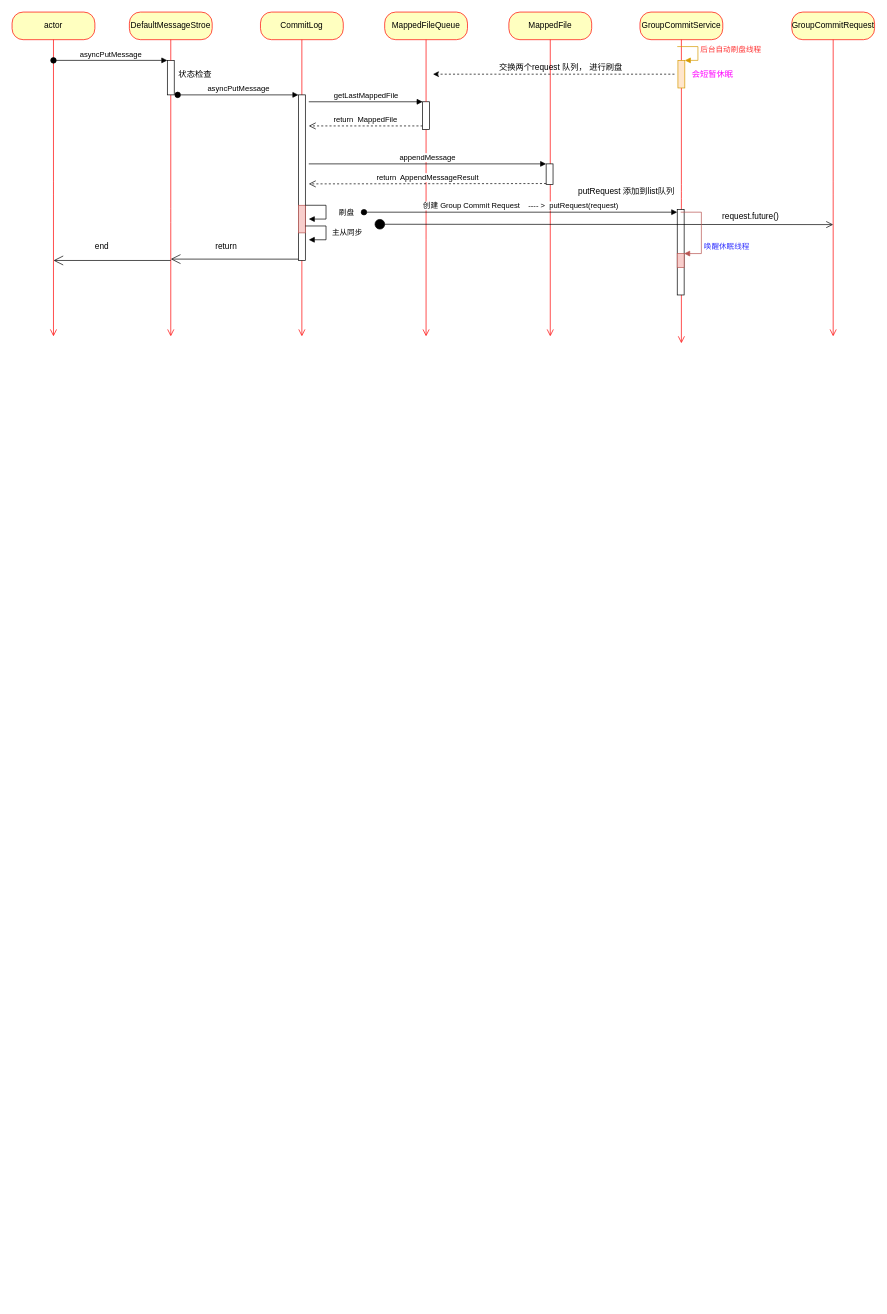
The draw.io diagram page "源码流程" (5 of 5) of 消息中间件(mq)实战.drawio in topyuluo/photo-project, before the edit. Source tidied: cells renumbered, new cells numbered last; positions are measured from the earlier drawing's top-left corner, leaving out a move shared by most shapes. Both pictures are drawn from the tidied source at 69%, with x=0, y=0 at pixel (12, 12).
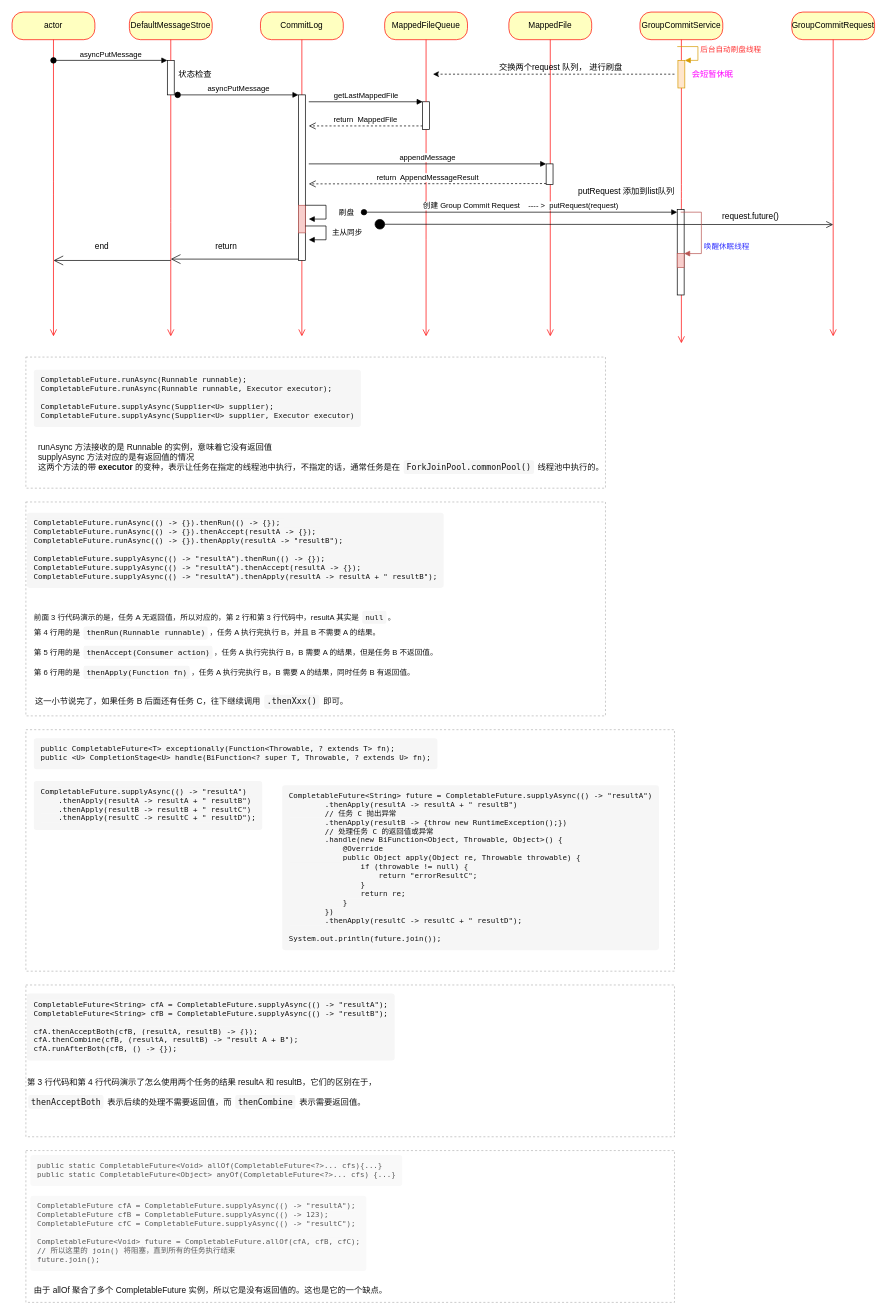
The same page after the edit.

Commit message:
更新消息中间件(mq)实战.drawio

The edit, as a diff of the source:
```diff
@@
+    <mxCell id="48" style="rounded=0;whiteSpace=wrap;html=1;align=left;dashed=1;opacity=30;" parent="1" vertex="1">
+      <mxGeometry x="20" y="1410" width="940" height="220" as="geometry" />
+    </mxCell>
+    <mxCell id="49" style="rounded=0;whiteSpace=wrap;html=1;align=left;dashed=1;opacity=30;" parent="1" vertex="1">
+      <mxGeometry x="20" y="710" width="840" height="310" as="geometry" />
+    </mxCell>
+    <mxCell id="50" style="rounded=0;whiteSpace=wrap;html=1;align=left;dashed=1;opacity=30;" parent="1" vertex="1">
+      <mxGeometry x="20" y="500" width="840" height="190" as="geometry" />
+    </mxCell>
@@
+    <mxCell id="51" value="&lt;pre style=&quot;margin-top: 0px ; margin-bottom: 0px ; padding: 0.88889em ; font-size: 0.9em ; word-break: normal ; overflow-wrap: normal ; overflow: auto ; background: rgb(246 , 246 , 246) ; border-radius: 4px ; color: rgb(18 , 18 , 18)&quot;&gt;&lt;code class=&quot;language-text&quot; style=&quot;margin: 0px ; padding: 0px ; border-radius: 0px ; font-family: &amp;quot;menlo&amp;quot; , &amp;quot;monaco&amp;quot; , &amp;quot;consolas&amp;quot; , &amp;quot;andale mono&amp;quot; , &amp;quot;lucida console&amp;quot; , &amp;quot;courier new&amp;quot; , monospace ; font-size: inherit ; background-color: inherit&quot;&gt;CompletableFuture.runAsync(Runnable runnable);&lt;br&gt;CompletableFuture.runAsync(Runnable runnable, Executor executor);&lt;br&gt;&lt;br&gt;CompletableFuture.supplyAsync(Supplier&amp;lt;U&amp;gt; supplier);&lt;br&gt;CompletableFuture.supplyAsync(Supplier&amp;lt;U&amp;gt; supplier, Executor executor)&lt;/code&gt;&lt;/pre&gt;" style="text;html=1;align=left;verticalAlign=middle;strokeColor=none;" parent="1" vertex="1">
+      <mxGeometry x="30" y="515" width="500" height="90" as="geometry" />
+    </mxCell>
+    <mxCell id="52" value="&lt;ul style=&quot;padding: 0px ; margin: 1.4em 0px ; display: table ; color: rgb(18 , 18 , 18) ; background-color: rgb(255 , 255 , 255)&quot;&gt;&lt;li style=&quot;list-style: none ; display: table-row&quot;&gt;runAsync 方法接收的是 Runnable 的实例，意味着它没有返回值&lt;/li&gt;&lt;li style=&quot;list-style: none ; display: table-row&quot;&gt;supplyAsync 方法对应的是有返回值的情况&lt;/li&gt;&lt;li style=&quot;list-style: none ; display: table-row&quot;&gt;这两个方法的带&amp;nbsp;&lt;span style=&quot;font-weight: 600&quot;&gt;executor&lt;/span&gt;&amp;nbsp;的变种，表示让任务在指定的线程池中执行，不指定的话，通常任务是在&amp;nbsp;&lt;code style=&quot;margin: 0px 2px ; padding: 3px 4px ; border-radius: 3px ; font-family: &amp;#34;menlo&amp;#34; , &amp;#34;monaco&amp;#34; , &amp;#34;consolas&amp;#34; , &amp;#34;andale mono&amp;#34; , &amp;#34;lucida console&amp;#34; , &amp;#34;courier new&amp;#34; , monospace ; background-color: rgb(246 , 246 , 246)&quot;&gt;ForkJoinPool.commonPool()&lt;/code&gt;&amp;nbsp;线程池中执行的。&lt;/li&gt;&lt;li style=&quot;list-style: none ; display: table-row&quot;&gt;&lt;/li&gt;&lt;/ul&gt;" style="text;html=1;align=left;verticalAlign=middle;strokeColor=none;dashed=1;dashPattern=1 1;" parent="1" vertex="1">
+      <mxGeometry x="36" y="605" width="820" height="80" as="geometry" />
+    </mxCell>
+    <mxCell id="53" value="&lt;pre style=&quot;margin-top: 0px ; margin-bottom: 0px ; padding: 0.88889em ; font-size: 0.9em ; word-break: normal ; overflow-wrap: normal ; overflow: auto ; background: rgb(246 , 246 , 246) ; border-radius: 4px ; color: rgb(18 , 18 , 18)&quot;&gt;&lt;code class=&quot;language-text&quot; style=&quot;margin: 0px ; padding: 0px ; border-radius: 0px ; font-family: &amp;quot;menlo&amp;quot; , &amp;quot;monaco&amp;quot; , &amp;quot;consolas&amp;quot; , &amp;quot;andale mono&amp;quot; , &amp;quot;lucida console&amp;quot; , &amp;quot;courier new&amp;quot; , monospace ; font-size: inherit ; background-color: inherit&quot;&gt;CompletableFuture.runAsync(() -&amp;gt; {}).thenRun(() -&amp;gt; {}); &lt;br&gt;CompletableFuture.runAsync(() -&amp;gt; {}).thenAccept(resultA -&amp;gt; {}); &lt;br&gt;CompletableFuture.runAsync(() -&amp;gt; {}).thenApply(resultA -&amp;gt; &quot;resultB&quot;);&lt;br&gt;&lt;br&gt;CompletableFuture.supplyAsync(() -&amp;gt; &quot;resultA&quot;).thenRun(() -&amp;gt; {});&lt;br&gt;CompletableFuture.supplyAsync(() -&amp;gt; &quot;resultA&quot;).thenAccept(resultA -&amp;gt; {});&lt;br&gt;CompletableFuture.supplyAsync(() -&amp;gt; &quot;resultA&quot;).thenApply(resultA -&amp;gt; resultA + &quot; resultB&quot;);&lt;/code&gt;&lt;/pre&gt;" style="text;html=1;align=left;verticalAlign=middle;strokeColor=none;" parent="1" vertex="1">
+      <mxGeometry x="20" y="720" width="630" height="120" as="geometry" />
+    </mxCell>
+    <mxCell id="54" value="&lt;p style=&quot;margin: 1.4em 0px ; color: rgb(18 , 18 , 18) ; background-color: rgb(255 , 255 , 255) ; font-size: 11px ; line-height: 0%&quot;&gt;&lt;font style=&quot;font-size: 11px&quot;&gt;前面 3 行代码演示的是，任务 A 无返回值，所以对应的，第 2 行和第 3 行代码中，resultA 其实是&amp;nbsp;&lt;code style=&quot;margin: 0px 2px ; padding: 3px 4px ; border-radius: 3px ; font-family: &amp;#34;menlo&amp;#34; , &amp;#34;monaco&amp;#34; , &amp;#34;consolas&amp;#34; , &amp;#34;andale mono&amp;#34; , &amp;#34;lucida console&amp;#34; , &amp;#34;courier new&amp;#34; , monospace ; background-color: rgb(246 , 246 , 246) ; font-size: 11px&quot;&gt;null&lt;/code&gt;。&lt;/font&gt;&lt;/p&gt;&lt;p style=&quot;margin: 1.4em 0px ; color: rgb(18 , 18 , 18) ; background-color: rgb(255 , 255 , 255) ; font-size: 11px&quot;&gt;第 4 行用的是&amp;nbsp;&lt;code style=&quot;margin: 0px 2px ; padding: 3px 4px ; border-radius: 3px ; font-family: &amp;#34;menlo&amp;#34; , &amp;#34;monaco&amp;#34; , &amp;#34;consolas&amp;#34; , &amp;#34;andale mono&amp;#34; , &amp;#34;lucida console&amp;#34; , &amp;#34;courier new&amp;#34; , monospace ; background-color: rgb(246 , 246 , 246)&quot;&gt;thenRun(Runnable runnable)&lt;/code&gt;，任务 A 执行完执行 B，并且 B 不需要 A 的结果。&lt;/p&gt;&lt;p style=&quot;margin: 1.4em 0px ; color: rgb(18 , 18 , 18) ; background-color: rgb(255 , 255 , 255) ; font-size: 11px&quot;&gt;&lt;font style=&quot;font-size: 11px&quot;&gt;第 5 行用的是&amp;nbsp;&lt;code style=&quot;margin: 0px 2px ; padding: 3px 4px ; border-radius: 3px ; font-family: &amp;#34;menlo&amp;#34; , &amp;#34;monaco&amp;#34; , &amp;#34;consolas&amp;#34; , &amp;#34;andale mono&amp;#34; , &amp;#34;lucida console&amp;#34; , &amp;#34;courier new&amp;#34; , monospace ; background-color: rgb(246 , 246 , 246) ; font-size: 11px&quot;&gt;thenAccept(Consumer action)&lt;/code&gt;，任务 A 执行完执行 B，B 需要 A 的结果，但是任务 B 不返回值。&lt;/font&gt;&lt;/p&gt;&lt;p style=&quot;margin: 1.4em 0px ; color: rgb(18 , 18 , 18) ; background-color: rgb(255 , 255 , 255) ; font-size: 11px&quot;&gt;&lt;font style=&quot;font-size: 11px&quot;&gt;第 6 行用的是&amp;nbsp;&lt;code style=&quot;margin: 0px 2px ; padding: 3px 4px ; border-radius: 3px ; font-family: &amp;#34;menlo&amp;#34; , &amp;#34;monaco&amp;#34; , &amp;#34;consolas&amp;#34; , &amp;#34;andale mono&amp;#34; , &amp;#34;lucida console&amp;#34; , &amp;#34;courier new&amp;#34; , monospace ; background-color: rgb(246 , 246 , 246) ; font-size: 11px&quot;&gt;thenApply(Function fn)&lt;/code&gt;，任务 A 执行完执行 B，B 需要 A 的结果，同时任务 B 有返回值。&lt;/font&gt;&lt;/p&gt;" style="text;html=1;align=left;verticalAlign=middle;strokeColor=none;" parent="1" vertex="1">
+      <mxGeometry x="30" y="860" width="640" height="120" as="geometry" />
+    </mxCell>
+    <mxCell id="55" value="&lt;font style=&quot;font-size: 12px&quot;&gt;&lt;span style=&quot;color: rgb(18 , 18 , 18) ; background-color: rgb(255 , 255 , 255)&quot;&gt;这一小节说完了，如果任务 B 后面还有任务 C，往下继续调用&amp;nbsp;&lt;/span&gt;&lt;code style=&quot;margin: 0px 2px ; padding: 3px 4px ; border-radius: 3px ; font-family: &amp;#34;menlo&amp;#34; , &amp;#34;monaco&amp;#34; , &amp;#34;consolas&amp;#34; , &amp;#34;andale mono&amp;#34; , &amp;#34;lucida console&amp;#34; , &amp;#34;courier new&amp;#34; , monospace ; background-color: rgb(246 , 246 , 246) ; color: rgb(18 , 18 , 18)&quot;&gt;.thenXxx()&lt;/code&gt;&lt;span style=&quot;color: rgb(18 , 18 , 18) ; background-color: rgb(255 , 255 , 255)&quot;&gt;&amp;nbsp;即可。&lt;/span&gt;&lt;/font&gt;" style="text;html=1;align=center;verticalAlign=middle;strokeColor=none;" parent="1" vertex="1">
+      <mxGeometry x="30" y="990" width="460" height="20" as="geometry" />
+    </mxCell>
+    <mxCell id="56" style="rounded=0;whiteSpace=wrap;html=1;align=left;dashed=1;opacity=30;" parent="1" vertex="1">
+      <mxGeometry x="20" y="1040" width="940" height="350" as="geometry" />
+    </mxCell>
+    <mxCell id="57" value="&lt;pre style=&quot;margin-top: 0px ; margin-bottom: 0px ; padding: 0.88889em ; font-size: 0.9em ; word-break: normal ; overflow-wrap: normal ; overflow: auto ; background: rgb(246 , 246 , 246) ; border-radius: 4px ; color: rgb(18 , 18 , 18)&quot;&gt;&lt;code class=&quot;language-text&quot; style=&quot;margin: 0px ; padding: 0px ; border-radius: 0px ; font-family: &amp;quot;menlo&amp;quot; , &amp;quot;monaco&amp;quot; , &amp;quot;consolas&amp;quot; , &amp;quot;andale mono&amp;quot; , &amp;quot;lucida console&amp;quot; , &amp;quot;courier new&amp;quot; , monospace ; font-size: inherit ; background-color: inherit&quot;&gt;public CompletableFuture&amp;lt;T&amp;gt; exceptionally(Function&amp;lt;Throwable, ? extends T&amp;gt; fn);&lt;br&gt;public &amp;lt;U&amp;gt; CompletionStage&amp;lt;U&amp;gt; handle(BiFunction&amp;lt;? super T, Throwable, ? extends U&amp;gt; fn);&lt;/code&gt;&lt;/pre&gt;" style="text;html=1;align=left;verticalAlign=middle;strokeColor=none;" parent="1" vertex="1">
+      <mxGeometry x="30" y="1050" width="610" height="50" as="geometry" />
+    </mxCell>
+    <mxCell id="58" value="&lt;pre style=&quot;margin-top: 0px ; margin-bottom: 0px ; padding: 0.88889em ; font-size: 0.9em ; word-break: normal ; overflow-wrap: normal ; overflow: auto ; background: rgb(246 , 246 , 246) ; border-radius: 4px ; color: rgb(18 , 18 , 18)&quot;&gt;&lt;code class=&quot;language-text&quot; style=&quot;margin: 0px ; padding: 0px ; border-radius: 0px ; font-family: &amp;quot;menlo&amp;quot; , &amp;quot;monaco&amp;quot; , &amp;quot;consolas&amp;quot; , &amp;quot;andale mono&amp;quot; , &amp;quot;lucida console&amp;quot; , &amp;quot;courier new&amp;quot; , monospace ; font-size: inherit ; background-color: inherit&quot;&gt;CompletableFuture.supplyAsync(() -&amp;gt; &quot;resultA&quot;)&lt;br&gt;    .thenApply(resultA -&amp;gt; resultA + &quot; resultB&quot;)&lt;br&gt;    .thenApply(resultB -&amp;gt; resultB + &quot; resultC&quot;)&lt;br&gt;    .thenApply(resultC -&amp;gt; resultC + &quot; resultD&quot;);&lt;/code&gt;&lt;/pre&gt;" style="text;html=1;align=left;verticalAlign=middle;strokeColor=none;" parent="1" vertex="1">
+      <mxGeometry x="30" y="1110" width="350" height="80" as="geometry" />
+    </mxCell>
+    <mxCell id="59" value="&lt;pre style=&quot;margin-top: 0px ; margin-bottom: 0px ; padding: 0.88889em ; font-size: 0.9em ; word-break: normal ; overflow-wrap: normal ; overflow: auto ; background: rgb(246 , 246 , 246) ; border-radius: 4px ; color: rgb(18 , 18 , 18)&quot;&gt;&lt;code class=&quot;language-text&quot; style=&quot;margin: 0px ; padding: 0px ; border-radius: 0px ; font-family: &amp;quot;menlo&amp;quot; , &amp;quot;monaco&amp;quot; , &amp;quot;consolas&amp;quot; , &amp;quot;andale mono&amp;quot; , &amp;quot;lucida console&amp;quot; , &amp;quot;courier new&amp;quot; , monospace ; font-size: inherit ; background-color: inherit&quot;&gt;CompletableFuture&amp;lt;String&amp;gt; future = CompletableFuture.supplyAsync(() -&amp;gt; &quot;resultA&quot;)&lt;br&gt;        .thenApply(resultA -&amp;gt; resultA + &quot; resultB&quot;)&lt;br&gt;        // 任务 C 抛出异常&lt;br&gt;        .thenApply(resultB -&amp;gt; {throw new RuntimeException();})&lt;br&gt;        // 处理任务 C 的返回值或异常&lt;br&gt;        .handle(new BiFunction&amp;lt;Object, Throwable, Object&amp;gt;() {&lt;br&gt;            @Override&lt;br&gt;            public Object apply(Object re, Throwable throwable) {&lt;br&gt;                if (throwable != null) {&lt;br&gt;                    return &quot;errorResultC&quot;;&lt;br&gt;                }&lt;br&gt;                return re;&lt;br&gt;            }&lt;br&gt;        })&lt;br&gt;        .thenApply(resultC -&amp;gt; resultC + &quot; resultD&quot;);&lt;br&gt;&lt;br&gt;System.out.println(future.join());&lt;/code&gt;&lt;/pre&gt;" style="text;html=1;align=left;verticalAlign=middle;strokeColor=none;" parent="1" vertex="1">
+      <mxGeometry x="390" y="1110" width="570" height="260" as="geometry" />
+    </mxCell>
+    <mxCell id="60" value="&lt;pre style=&quot;margin-top: 0px ; margin-bottom: 0px ; padding: 0.88889em ; font-size: 0.9em ; word-break: normal ; overflow-wrap: normal ; overflow: auto ; background: rgb(246 , 246 , 246) ; border-radius: 4px ; color: rgb(18 , 18 , 18)&quot;&gt;&lt;code class=&quot;language-text&quot; style=&quot;margin: 0px ; padding: 0px ; border-radius: 0px ; font-family: &amp;quot;menlo&amp;quot; , &amp;quot;monaco&amp;quot; , &amp;quot;consolas&amp;quot; , &amp;quot;andale mono&amp;quot; , &amp;quot;lucida console&amp;quot; , &amp;quot;courier new&amp;quot; , monospace ; font-size: inherit ; background-color: inherit&quot;&gt;CompletableFuture&amp;lt;String&amp;gt; cfA = CompletableFuture.supplyAsync(() -&amp;gt; &quot;resultA&quot;);&lt;br&gt;CompletableFuture&amp;lt;String&amp;gt; cfB = CompletableFuture.supplyAsync(() -&amp;gt; &quot;resultB&quot;);&lt;br&gt;&lt;br&gt;cfA.thenAcceptBoth(cfB, (resultA, resultB) -&amp;gt; {});&lt;br&gt;cfA.thenCombine(cfB, (resultA, resultB) -&amp;gt; &quot;result A + B&quot;);&lt;br&gt;cfA.runAfterBoth(cfB, () -&amp;gt; {});&lt;/code&gt;&lt;/pre&gt;" style="text;html=1;align=left;verticalAlign=middle;strokeColor=none;" parent="1" vertex="1">
+      <mxGeometry x="20" y="1416" width="560" height="110" as="geometry" />
+    </mxCell>
+    <mxCell id="61" value="&lt;font style=&quot;font-size: 12px&quot;&gt;&lt;span style=&quot;color: rgb(18 , 18 , 18) ; background-color: rgb(255 , 255 , 255)&quot;&gt;第 3 行代码和第 4 行代码演示了怎么使用两个任务的结果 resultA 和 resultB，它们的区别在于，&lt;br&gt;&lt;br&gt;&lt;/span&gt;&lt;code style=&quot;margin: 0px 2px ; padding: 3px 4px ; border-radius: 3px ; font-family: &amp;#34;menlo&amp;#34; , &amp;#34;monaco&amp;#34; , &amp;#34;consolas&amp;#34; , &amp;#34;andale mono&amp;#34; , &amp;#34;lucida console&amp;#34; , &amp;#34;courier new&amp;#34; , monospace ; background-color: rgb(246 , 246 , 246) ; color: rgb(18 , 18 , 18)&quot;&gt;thenAcceptBoth&lt;/code&gt;&lt;span style=&quot;color: rgb(18 , 18 , 18) ; background-color: rgb(255 , 255 , 255)&quot;&gt;&amp;nbsp;表示后续的处理不需要返回值，而&amp;nbsp;&lt;/span&gt;&lt;code style=&quot;margin: 0px 2px ; padding: 3px 4px ; border-radius: 3px ; font-family: &amp;#34;menlo&amp;#34; , &amp;#34;monaco&amp;#34; , &amp;#34;consolas&amp;#34; , &amp;#34;andale mono&amp;#34; , &amp;#34;lucida console&amp;#34; , &amp;#34;courier new&amp;#34; , monospace ; background-color: rgb(246 , 246 , 246) ; color: rgb(18 , 18 , 18)&quot;&gt;thenCombine&lt;/code&gt;&lt;span style=&quot;color: rgb(18 , 18 , 18) ; background-color: rgb(255 , 255 , 255)&quot;&gt;&amp;nbsp;表示需要返回值。&lt;/span&gt;&lt;/font&gt;" style="text;html=1;align=left;verticalAlign=middle;strokeColor=none;" parent="1" vertex="1">
+      <mxGeometry x="20" y="1540" width="520" height="50" as="geometry" />
+    </mxCell>
+    <mxCell id="62" value="&lt;pre style=&quot;margin-top: 0px ; margin-bottom: 0px ; padding: 0.88889em ; font-size: 0.9em ; word-break: normal ; overflow-wrap: normal ; overflow: auto ; background: rgb(246 , 246 , 246) ; border-radius: 4px ; color: rgb(18 , 18 , 18)&quot;&gt;&lt;code class=&quot;language-text&quot; style=&quot;margin: 0px ; padding: 0px ; border-radius: 0px ; font-family: &amp;quot;menlo&amp;quot; , &amp;quot;monaco&amp;quot; , &amp;quot;consolas&amp;quot; , &amp;quot;andale mono&amp;quot; , &amp;quot;lucida console&amp;quot; , &amp;quot;courier new&amp;quot; , monospace ; font-size: inherit ; background-color: inherit&quot;&gt;public static CompletableFuture&amp;lt;Void&amp;gt; allOf(CompletableFuture&amp;lt;?&amp;gt;... cfs){...}&lt;br&gt;public static CompletableFuture&amp;lt;Object&amp;gt; anyOf(CompletableFuture&amp;lt;?&amp;gt;... cfs) {...}&lt;/code&gt;&lt;/pre&gt;" style="text;html=1;align=left;verticalAlign=middle;strokeColor=none;" parent="1" vertex="1">
+      <mxGeometry x="25" y="1654" width="560" height="50" as="geometry" />
+    </mxCell>
+    <mxCell id="63" value="&lt;pre style=&quot;margin-top: 0px ; margin-bottom: 0px ; padding: 0.88889em ; font-size: 0.9em ; word-break: normal ; overflow-wrap: normal ; overflow: auto ; background: rgb(246 , 246 , 246) ; border-radius: 4px ; color: rgb(18 , 18 , 18)&quot;&gt;&lt;code class=&quot;language-text&quot; style=&quot;margin: 0px ; padding: 0px ; border-radius: 0px ; font-family: &amp;quot;menlo&amp;quot; , &amp;quot;monaco&amp;quot; , &amp;quot;consolas&amp;quot; , &amp;quot;andale mono&amp;quot; , &amp;quot;lucida console&amp;quot; , &amp;quot;courier new&amp;quot; , monospace ; font-size: inherit ; background-color: inherit&quot;&gt;CompletableFuture cfA = CompletableFuture.supplyAsync(() -&amp;gt; &quot;resultA&quot;);&lt;br&gt;CompletableFuture cfB = CompletableFuture.supplyAsync(() -&amp;gt; 123);&lt;br&gt;CompletableFuture cfC = CompletableFuture.supplyAsync(() -&amp;gt; &quot;resultC&quot;);&lt;br&gt;&lt;br&gt;CompletableFuture&amp;lt;Void&amp;gt; future = CompletableFuture.allOf(cfA, cfB, cfC);&lt;br&gt;// 所以这里的 join() 将阻塞，直到所有的任务执行结束&lt;br&gt;future.join();&lt;/code&gt;&lt;/pre&gt;" style="text;html=1;align=left;verticalAlign=middle;strokeColor=none;" parent="1" vertex="1">
+      <mxGeometry x="25" y="1710" width="510" height="120" as="geometry" />
+    </mxCell>
+    <mxCell id="64" style="rounded=0;whiteSpace=wrap;html=1;align=left;dashed=1;opacity=30;" parent="1" vertex="1">
+      <mxGeometry x="20" y="1650" width="940" height="220" as="geometry" />
+    </mxCell>
+    <mxCell id="65" value="&lt;span style=&quot;color: rgb(18 , 18 , 18) ; background-color: rgb(255 , 255 , 255)&quot;&gt;&lt;font style=&quot;font-size: 12px&quot;&gt;由于 allOf 聚合了多个 CompletableFuture 实例，所以它是没有返回值的。这也是它的一个缺点。&lt;/font&gt;&lt;/span&gt;" style="text;html=1;align=left;verticalAlign=middle;strokeColor=none;" parent="1" vertex="1">
+      <mxGeometry x="30" y="1843" width="530" height="20" as="geometry" />
+    </mxCell>
```
